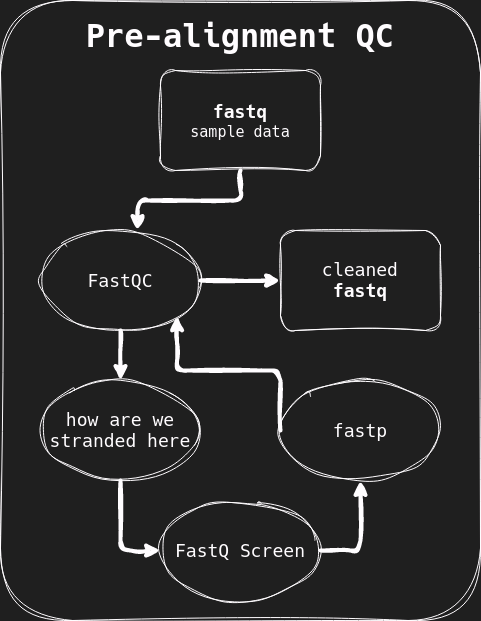
Before: pre_align_qc.png, a diagram exported from draw.io (synanth/draw_io). Source tidied: cells renumbered, new cells last; positions are measured from the earlier drawing's top-left corner, leaving out a move shared by most shapes. Source of this version:
```xml
<mxGraphModel background="#1f1f1f">
  <root>
    <mxCell id="0" />
    <mxCell id="1" parent="0" />
    <mxCell id="2" style="rounded=1;whiteSpace=wrap;html=1;hachureGap=4;fontFamily=hack;fontSource=https%3A%2F%2Ffonts.googleapis.com%2Fcss%3Ffamily%3Dhack;labelPosition=center;verticalLabelPosition=top;align=center;verticalAlign=top;labelBackgroundColor=#1f1f1f;textOpacity=0;sketch=1;curveFitting=1;jiggle=2;fillColor=none;" parent="1" vertex="1">
      <mxGeometry width="480" height="620" as="geometry" />
    </mxCell>
    <mxCell id="3" value="&lt;p style=&quot;line-height: 0%;&quot;&gt;&lt;/p&gt;&lt;h2 style=&quot;line-height: 30%;&quot;&gt;&lt;font face=&quot;hack&quot;&gt;fastq&lt;/font&gt;&lt;/h2&gt;&lt;div style=&quot;line-height: 30%; font-size: 15px;&quot;&gt;sample data&lt;br&gt;&lt;/div&gt;&lt;p&gt;&lt;/p&gt;" style="rounded=1;whiteSpace=wrap;html=1;sketch=1;curveFitting=1;jiggle=2;fillColor=none;" parent="1" vertex="1">
      <mxGeometry x="160" y="70" width="160" height="100" as="geometry" />
    </mxCell>
    <mxCell id="4" style="edgeStyle=orthogonalEdgeStyle;rounded=1;hachureGap=4;jettySize=auto;html=1;exitX=0.5;exitY=1;exitDx=0;exitDy=0;entryX=0.5;entryY=0;entryDx=0;entryDy=0;fontFamily=Architects Daughter;fontSource=https%3A%2F%2Ffonts.googleapis.com%2Fcss%3Ffamily%3DArchitects%2BDaughter;strokeWidth=4;sketch=1;curveFitting=1;jiggle=2;" parent="1" edge="1" source="6" target="13">
      <mxGeometry relative="1" as="geometry" />
    </mxCell>
    <mxCell id="5" style="edgeStyle=orthogonalEdgeStyle;rounded=1;hachureGap=4;jettySize=auto;html=1;fontFamily=Architects Daughter;fontSource=https%3A%2F%2Ffonts.googleapis.com%2Fcss%3Ffamily%3DArchitects%2BDaughter;strokeWidth=4;sketch=1;curveFitting=1;jiggle=2;" parent="1" edge="1" source="6" target="11">
      <mxGeometry relative="1" as="geometry" />
    </mxCell>
    <mxCell id="6" value="&lt;h2&gt;&lt;font face=&quot;hack&quot;&gt;&lt;span style=&quot;font-weight: normal;&quot;&gt;FastQC&lt;/span&gt;&lt;/font&gt;&lt;/h2&gt;" style="ellipse;whiteSpace=wrap;html=1;rounded=1;hachureGap=4;fontFamily=Architects Daughter;fontSource=https%3A%2F%2Ffonts.googleapis.com%2Fcss%3Ffamily%3DArchitects%2BDaughter;sketch=1;curveFitting=1;jiggle=2;fillColor=none;" parent="1" vertex="1">
      <mxGeometry x="40" y="230" width="160" height="100" as="geometry" />
    </mxCell>
    <mxCell id="7" style="edgeStyle=orthogonalEdgeStyle;rounded=1;hachureGap=4;jettySize=auto;html=1;fontFamily=Architects Daughter;fontSource=https%3A%2F%2Ffonts.googleapis.com%2Fcss%3Ffamily%3DArchitects%2BDaughter;entryX=0.5;entryY=1;entryDx=0;entryDy=0;exitX=1;exitY=0.5;exitDx=0;exitDy=0;strokeWidth=4;sketch=1;curveFitting=1;jiggle=2;" parent="1" edge="1" source="8" target="10">
      <mxGeometry relative="1" as="geometry" />
    </mxCell>
    <mxCell id="8" value="&lt;font style=&quot;font-size: 18px;&quot; face=&quot;hack&quot;&gt;FastQ Screen&lt;br&gt;&lt;/font&gt;" style="ellipse;whiteSpace=wrap;html=1;rounded=1;hachureGap=4;fontFamily=Architects Daughter;fontSource=https%3A%2F%2Ffonts.googleapis.com%2Fcss%3Ffamily%3DArchitects%2BDaughter;sketch=1;curveFitting=1;jiggle=2;fillColor=none;" parent="1" vertex="1">
      <mxGeometry x="160" y="500" width="160" height="100" as="geometry" />
    </mxCell>
    <mxCell id="9" style="edgeStyle=orthogonalEdgeStyle;rounded=1;hachureGap=4;jettySize=auto;html=1;exitX=0;exitY=0.5;exitDx=0;exitDy=0;entryX=1;entryY=1;entryDx=0;entryDy=0;fontFamily=Architects Daughter;fontSource=https%3A%2F%2Ffonts.googleapis.com%2Fcss%3Ffamily%3DArchitects%2BDaughter;strokeWidth=4;sketch=1;curveFitting=1;jiggle=2;" parent="1" edge="1" source="10" target="6">
      <mxGeometry relative="1" as="geometry">
        <Array as="points">
          <mxPoint x="280" y="370" />
          <mxPoint x="177" y="370" />
        </Array>
      </mxGeometry>
    </mxCell>
    <mxCell id="10" value="&lt;font style=&quot;font-size: 18px;&quot; face=&quot;hack&quot;&gt;fastp&lt;/font&gt;" style="ellipse;whiteSpace=wrap;html=1;rounded=1;hachureGap=4;fontFamily=Architects Daughter;fontSource=https%3A%2F%2Ffonts.googleapis.com%2Fcss%3Ffamily%3DArchitects%2BDaughter;sketch=1;curveFitting=1;jiggle=2;fillColor=none;" parent="1" vertex="1">
      <mxGeometry x="280" y="380" width="160" height="100" as="geometry" />
    </mxCell>
    <mxCell id="11" value="&lt;div&gt;&lt;font style=&quot;font-size: 18px;&quot;&gt;&lt;font face=&quot;hack&quot;&gt;cleaned&lt;/font&gt;&lt;/font&gt;&lt;/div&gt;&lt;div&gt;&lt;font style=&quot;font-size: 18px;&quot;&gt;&lt;font face=&quot;hack&quot;&gt;&lt;b&gt;fastq&lt;/b&gt;&lt;/font&gt;&lt;/font&gt;&lt;/div&gt;" style="rounded=1;whiteSpace=wrap;html=1;hachureGap=4;fontFamily=Architects Daughter;fontSource=https%3A%2F%2Ffonts.googleapis.com%2Fcss%3Ffamily%3DArchitects%2BDaughter;sketch=1;curveFitting=1;jiggle=2;fillColor=none;" parent="1" vertex="1">
      <mxGeometry x="280" y="230" width="160" height="100" as="geometry" />
    </mxCell>
    <mxCell id="12" style="edgeStyle=orthogonalEdgeStyle;rounded=1;hachureGap=4;jettySize=auto;html=1;entryX=0;entryY=0.5;entryDx=0;entryDy=0;fontFamily=Architects Daughter;fontSource=https%3A%2F%2Ffonts.googleapis.com%2Fcss%3Ffamily%3DArchitects%2BDaughter;strokeWidth=4;sketch=1;curveFitting=1;jiggle=2;" parent="1" edge="1" source="13" target="8">
      <mxGeometry relative="1" as="geometry" />
    </mxCell>
    <mxCell id="13" value="&lt;font style=&quot;font-size: 18px;&quot; face=&quot;hack&quot;&gt;how are we stranded here&lt;/font&gt;" style="ellipse;whiteSpace=wrap;html=1;rounded=1;hachureGap=4;fontFamily=Architects Daughter;fontSource=https%3A%2F%2Ffonts.googleapis.com%2Fcss%3Ffamily%3DArchitects%2BDaughter;sketch=1;curveFitting=1;jiggle=2;fillColor=none;" parent="1" vertex="1">
      <mxGeometry x="40" y="380" width="160" height="100" as="geometry" />
    </mxCell>
    <mxCell id="14" style="edgeStyle=orthogonalEdgeStyle;rounded=1;hachureGap=4;jettySize=auto;html=1;entryX=0.606;entryY=0;entryDx=0;entryDy=0;entryPerimeter=0;fontFamily=Architects Daughter;fontSource=https%3A%2F%2Ffonts.googleapis.com%2Fcss%3Ffamily%3DArchitects%2BDaughter;strokeWidth=4;sketch=1;curveFitting=1;jiggle=2;" parent="1" edge="1" source="3" target="6">
      <mxGeometry relative="1" as="geometry" />
    </mxCell>
    <mxCell id="15" value="&lt;div style=&quot;font-size: 32px;&quot; align=&quot;center&quot;&gt;&lt;font style=&quot;font-size: 32px;&quot;&gt;&lt;b&gt;&lt;font style=&quot;font-size: 32px;&quot; face=&quot;hack&quot;&gt;Pre-alignment QC&lt;/font&gt;&lt;/b&gt;&lt;/font&gt;&lt;/div&gt;" style="text;html=1;whiteSpace=wrap;overflow=hidden;rounded=1;fontFamily=Architects Daughter;fontSource=https%3A%2F%2Ffonts.googleapis.com%2Fcss%3Ffamily%3DArchitects%2BDaughter;align=center;fontColor=#000000;sketch=1;curveFitting=1;jiggle=2;" parent="1" vertex="1">
      <mxGeometry y="10" width="480" height="110" as="geometry" />
    </mxCell>
  </root>
</mxGraphModel>
```
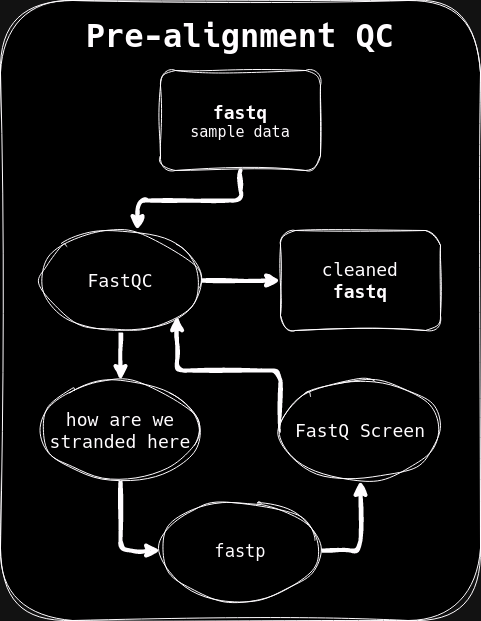
The same diagram one commit later.

What changed in the source:
```diff
@@ -1,29 +1,29 @@
-<mxGraphModel background="#1f1f1f">
+<mxGraphModel>
   <root>
     <mxCell id="0" />
     <mxCell id="1" parent="0" />
-    <mxCell id="2" style="rounded=1;whiteSpace=wrap;html=1;hachureGap=4;fontFamily=hack;fontSource=https%3A%2F%2Ffonts.googleapis.com%2Fcss%3Ffamily%3Dhack;labelPosition=center;verticalLabelPosition=top;align=center;verticalAlign=top;labelBackgroundColor=#1f1f1f;textOpacity=0;sketch=1;curveFitting=1;jiggle=2;fillColor=none;" parent="1" vertex="1">
+    <mxCell id="2" style="rounded=1;whiteSpace=wrap;html=1;sketch=1;hachureGap=4;jiggle=2;curveFitting=1;fontFamily=Architects Daughter;fontSource=https%3A%2F%2Ffonts.googleapis.com%2Fcss%3Ffamily%3DArchitects%2BDaughter;labelPosition=center;verticalLabelPosition=top;align=center;verticalAlign=top;" parent="1" vertex="1">
       <mxGeometry width="480" height="620" as="geometry" />
     </mxCell>
-    <mxCell id="3" value="&lt;p style=&quot;line-height: 0%;&quot;&gt;&lt;/p&gt;&lt;h2 style=&quot;line-height: 30%;&quot;&gt;&lt;font face=&quot;hack&quot;&gt;fastq&lt;/font&gt;&lt;/h2&gt;&lt;div style=&quot;line-height: 30%; font-size: 15px;&quot;&gt;sample data&lt;br&gt;&lt;/div&gt;&lt;p&gt;&lt;/p&gt;" style="rounded=1;whiteSpace=wrap;html=1;sketch=1;curveFitting=1;jiggle=2;fillColor=none;" parent="1" vertex="1">
+    <mxCell id="3" value="&lt;p style=&quot;line-height: 0%;&quot;&gt;&lt;/p&gt;&lt;h2 style=&quot;line-height: 30%;&quot;&gt;&lt;font face=&quot;hack&quot;&gt;fastq&lt;/font&gt;&lt;/h2&gt;&lt;div style=&quot;line-height: 30%; font-size: 15px;&quot;&gt;sample data&lt;br&gt;&lt;/div&gt;&lt;p&gt;&lt;/p&gt;" style="rounded=1;whiteSpace=wrap;html=1;sketch=1;curveFitting=1;jiggle=2;" parent="1" vertex="1">
       <mxGeometry x="160" y="70" width="160" height="100" as="geometry" />
     </mxCell>
-    <mxCell id="4" style="edgeStyle=orthogonalEdgeStyle;rounded=1;hachureGap=4;jettySize=auto;html=1;exitX=0.5;exitY=1;exitDx=0;exitDy=0;entryX=0.5;entryY=0;entryDx=0;entryDy=0;fontFamily=Architects Daughter;fontSource=https%3A%2F%2Ffonts.googleapis.com%2Fcss%3Ffamily%3DArchitects%2BDaughter;strokeWidth=4;sketch=1;curveFitting=1;jiggle=2;" parent="1" edge="1" source="6" target="13">
+    <mxCell id="4" style="edgeStyle=orthogonalEdgeStyle;rounded=1;sketch=1;hachureGap=4;jiggle=2;curveFitting=1;jettySize=auto;html=1;exitX=0.5;exitY=1;exitDx=0;exitDy=0;entryX=0.5;entryY=0;entryDx=0;entryDy=0;fontFamily=Architects Daughter;fontSource=https%3A%2F%2Ffonts.googleapis.com%2Fcss%3Ffamily%3DArchitects%2BDaughter;strokeWidth=4;" parent="1" edge="1" source="6" target="13">
       <mxGeometry relative="1" as="geometry" />
     </mxCell>
-    <mxCell id="5" style="edgeStyle=orthogonalEdgeStyle;rounded=1;hachureGap=4;jettySize=auto;html=1;fontFamily=Architects Daughter;fontSource=https%3A%2F%2Ffonts.googleapis.com%2Fcss%3Ffamily%3DArchitects%2BDaughter;strokeWidth=4;sketch=1;curveFitting=1;jiggle=2;" parent="1" edge="1" source="6" target="11">
+    <mxCell id="5" style="edgeStyle=orthogonalEdgeStyle;rounded=1;sketch=1;hachureGap=4;jiggle=2;curveFitting=1;jettySize=auto;html=1;fontFamily=Architects Daughter;fontSource=https%3A%2F%2Ffonts.googleapis.com%2Fcss%3Ffamily%3DArchitects%2BDaughter;strokeWidth=4;" parent="1" edge="1" source="6" target="11">
       <mxGeometry relative="1" as="geometry" />
     </mxCell>
-    <mxCell id="6" value="&lt;h2&gt;&lt;font face=&quot;hack&quot;&gt;&lt;span style=&quot;font-weight: normal;&quot;&gt;FastQC&lt;/span&gt;&lt;/font&gt;&lt;/h2&gt;" style="ellipse;whiteSpace=wrap;html=1;rounded=1;hachureGap=4;fontFamily=Architects Daughter;fontSource=https%3A%2F%2Ffonts.googleapis.com%2Fcss%3Ffamily%3DArchitects%2BDaughter;sketch=1;curveFitting=1;jiggle=2;fillColor=none;" parent="1" vertex="1">
+    <mxCell id="6" value="&lt;h2&gt;&lt;font face=&quot;hack&quot;&gt;&lt;span style=&quot;font-weight: normal;&quot;&gt;FastQC&lt;/span&gt;&lt;/font&gt;&lt;/h2&gt;" style="ellipse;whiteSpace=wrap;html=1;rounded=1;sketch=1;hachureGap=4;jiggle=2;curveFitting=1;fontFamily=Architects Daughter;fontSource=https%3A%2F%2Ffonts.googleapis.com%2Fcss%3Ffamily%3DArchitects%2BDaughter;" parent="1" vertex="1">
       <mxGeometry x="40" y="230" width="160" height="100" as="geometry" />
     </mxCell>
-    <mxCell id="7" style="edgeStyle=orthogonalEdgeStyle;rounded=1;hachureGap=4;jettySize=auto;html=1;fontFamily=Architects Daughter;fontSource=https%3A%2F%2Ffonts.googleapis.com%2Fcss%3Ffamily%3DArchitects%2BDaughter;entryX=0.5;entryY=1;entryDx=0;entryDy=0;exitX=1;exitY=0.5;exitDx=0;exitDy=0;strokeWidth=4;sketch=1;curveFitting=1;jiggle=2;" parent="1" edge="1" source="8" target="10">
+    <mxCell id="7" style="edgeStyle=orthogonalEdgeStyle;rounded=1;sketch=1;hachureGap=4;jiggle=2;curveFitting=1;jettySize=auto;html=1;fontFamily=Architects Daughter;fontSource=https%3A%2F%2Ffonts.googleapis.com%2Fcss%3Ffamily%3DArchitects%2BDaughter;entryX=0.5;entryY=1;entryDx=0;entryDy=0;exitX=1;exitY=0.5;exitDx=0;exitDy=0;strokeWidth=4;" parent="1" edge="1" source="8" target="10">
       <mxGeometry relative="1" as="geometry" />
     </mxCell>
-    <mxCell id="8" value="&lt;font style=&quot;font-size: 18px;&quot; face=&quot;hack&quot;&gt;FastQ Screen&lt;br&gt;&lt;/font&gt;" style="ellipse;whiteSpace=wrap;html=1;rounded=1;hachureGap=4;fontFamily=Architects Daughter;fontSource=https%3A%2F%2Ffonts.googleapis.com%2Fcss%3Ffamily%3DArchitects%2BDaughter;sketch=1;curveFitting=1;jiggle=2;fillColor=none;" parent="1" vertex="1">
+    <mxCell id="8" value="&lt;font style=&quot;font-size: 17px;&quot; face=&quot;hack&quot;&gt;fastp&lt;/font&gt;" style="ellipse;whiteSpace=wrap;html=1;rounded=1;sketch=1;hachureGap=4;jiggle=2;curveFitting=1;fontFamily=Architects Daughter;fontSource=https%3A%2F%2Ffonts.googleapis.com%2Fcss%3Ffamily%3DArchitects%2BDaughter;" parent="1" vertex="1">
       <mxGeometry x="160" y="500" width="160" height="100" as="geometry" />
     </mxCell>
-    <mxCell id="9" style="edgeStyle=orthogonalEdgeStyle;rounded=1;hachureGap=4;jettySize=auto;html=1;exitX=0;exitY=0.5;exitDx=0;exitDy=0;entryX=1;entryY=1;entryDx=0;entryDy=0;fontFamily=Architects Daughter;fontSource=https%3A%2F%2Ffonts.googleapis.com%2Fcss%3Ffamily%3DArchitects%2BDaughter;strokeWidth=4;sketch=1;curveFitting=1;jiggle=2;" parent="1" edge="1" source="10" target="6">
+    <mxCell id="9" style="edgeStyle=orthogonalEdgeStyle;rounded=1;sketch=1;hachureGap=4;jiggle=2;curveFitting=1;jettySize=auto;html=1;exitX=0;exitY=0.5;exitDx=0;exitDy=0;entryX=1;entryY=1;entryDx=0;entryDy=0;fontFamily=Architects Daughter;fontSource=https%3A%2F%2Ffonts.googleapis.com%2Fcss%3Ffamily%3DArchitects%2BDaughter;strokeWidth=4;" parent="1" edge="1" source="10" target="6">
       <mxGeometry relative="1" as="geometry">
         <Array as="points">
           <mxPoint x="280" y="370" />
@@ -31,22 +31,22 @@
         </Array>
       </mxGeometry>
     </mxCell>
-    <mxCell id="10" value="&lt;font style=&quot;font-size: 18px;&quot; face=&quot;hack&quot;&gt;fastp&lt;/font&gt;" style="ellipse;whiteSpace=wrap;html=1;rounded=1;hachureGap=4;fontFamily=Architects Daughter;fontSource=https%3A%2F%2Ffonts.googleapis.com%2Fcss%3Ffamily%3DArchitects%2BDaughter;sketch=1;curveFitting=1;jiggle=2;fillColor=none;" parent="1" vertex="1">
+    <mxCell id="10" value="&lt;font style=&quot;font-size: 18px;&quot; face=&quot;hack&quot;&gt;FastQ Screen&lt;/font&gt;" style="ellipse;whiteSpace=wrap;html=1;rounded=1;sketch=1;hachureGap=4;jiggle=2;curveFitting=1;fontFamily=Architects Daughter;fontSource=https%3A%2F%2Ffonts.googleapis.com%2Fcss%3Ffamily%3DArchitects%2BDaughter;" parent="1" vertex="1">
       <mxGeometry x="280" y="380" width="160" height="100" as="geometry" />
     </mxCell>
-    <mxCell id="11" value="&lt;div&gt;&lt;font style=&quot;font-size: 18px;&quot;&gt;&lt;font face=&quot;hack&quot;&gt;cleaned&lt;/font&gt;&lt;/font&gt;&lt;/div&gt;&lt;div&gt;&lt;font style=&quot;font-size: 18px;&quot;&gt;&lt;font face=&quot;hack&quot;&gt;&lt;b&gt;fastq&lt;/b&gt;&lt;/font&gt;&lt;/font&gt;&lt;/div&gt;" style="rounded=1;whiteSpace=wrap;html=1;hachureGap=4;fontFamily=Architects Daughter;fontSource=https%3A%2F%2Ffonts.googleapis.com%2Fcss%3Ffamily%3DArchitects%2BDaughter;sketch=1;curveFitting=1;jiggle=2;fillColor=none;" parent="1" vertex="1">
+    <mxCell id="11" value="&lt;div&gt;&lt;font style=&quot;font-size: 18px;&quot;&gt;&lt;font face=&quot;hack&quot;&gt;cleaned&lt;/font&gt;&lt;/font&gt;&lt;/div&gt;&lt;div&gt;&lt;font style=&quot;font-size: 18px;&quot;&gt;&lt;font face=&quot;hack&quot;&gt;&lt;b&gt;fastq&lt;/b&gt;&lt;/font&gt;&lt;/font&gt;&lt;/div&gt;" style="rounded=1;whiteSpace=wrap;html=1;sketch=1;hachureGap=4;jiggle=2;curveFitting=1;fontFamily=Architects Daughter;fontSource=https%3A%2F%2Ffonts.googleapis.com%2Fcss%3Ffamily%3DArchitects%2BDaughter;" parent="1" vertex="1">
       <mxGeometry x="280" y="230" width="160" height="100" as="geometry" />
     </mxCell>
-    <mxCell id="12" style="edgeStyle=orthogonalEdgeStyle;rounded=1;hachureGap=4;jettySize=auto;html=1;entryX=0;entryY=0.5;entryDx=0;entryDy=0;fontFamily=Architects Daughter;fontSource=https%3A%2F%2Ffonts.googleapis.com%2Fcss%3Ffamily%3DArchitects%2BDaughter;strokeWidth=4;sketch=1;curveFitting=1;jiggle=2;" parent="1" edge="1" source="13" target="8">
+    <mxCell id="12" style="edgeStyle=orthogonalEdgeStyle;rounded=1;sketch=1;hachureGap=4;jiggle=2;curveFitting=1;jettySize=auto;html=1;entryX=0;entryY=0.5;entryDx=0;entryDy=0;fontFamily=Architects Daughter;fontSource=https%3A%2F%2Ffonts.googleapis.com%2Fcss%3Ffamily%3DArchitects%2BDaughter;strokeWidth=4;" parent="1" edge="1" source="13" target="8">
       <mxGeometry relative="1" as="geometry" />
     </mxCell>
-    <mxCell id="13" value="&lt;font style=&quot;font-size: 18px;&quot; face=&quot;hack&quot;&gt;how are we stranded here&lt;/font&gt;" style="ellipse;whiteSpace=wrap;html=1;rounded=1;hachureGap=4;fontFamily=Architects Daughter;fontSource=https%3A%2F%2Ffonts.googleapis.com%2Fcss%3Ffamily%3DArchitects%2BDaughter;sketch=1;curveFitting=1;jiggle=2;fillColor=none;" parent="1" vertex="1">
+    <mxCell id="13" value="&lt;font style=&quot;font-size: 18px;&quot; face=&quot;hack&quot;&gt;how are we stranded here&lt;/font&gt;" style="ellipse;whiteSpace=wrap;html=1;rounded=1;sketch=1;hachureGap=4;jiggle=2;curveFitting=1;fontFamily=Architects Daughter;fontSource=https%3A%2F%2Ffonts.googleapis.com%2Fcss%3Ffamily%3DArchitects%2BDaughter;" parent="1" vertex="1">
       <mxGeometry x="40" y="380" width="160" height="100" as="geometry" />
     </mxCell>
-    <mxCell id="14" style="edgeStyle=orthogonalEdgeStyle;rounded=1;hachureGap=4;jettySize=auto;html=1;entryX=0.606;entryY=0;entryDx=0;entryDy=0;entryPerimeter=0;fontFamily=Architects Daughter;fontSource=https%3A%2F%2Ffonts.googleapis.com%2Fcss%3Ffamily%3DArchitects%2BDaughter;strokeWidth=4;sketch=1;curveFitting=1;jiggle=2;" parent="1" edge="1" source="3" target="6">
+    <mxCell id="14" style="edgeStyle=orthogonalEdgeStyle;rounded=1;sketch=1;hachureGap=4;jiggle=2;curveFitting=1;jettySize=auto;html=1;entryX=0.606;entryY=0;entryDx=0;entryDy=0;entryPerimeter=0;fontFamily=Architects Daughter;fontSource=https%3A%2F%2Ffonts.googleapis.com%2Fcss%3Ffamily%3DArchitects%2BDaughter;strokeWidth=4;" parent="1" edge="1" source="3" target="6">
       <mxGeometry relative="1" as="geometry" />
     </mxCell>
-    <mxCell id="15" value="&lt;div style=&quot;font-size: 32px;&quot; align=&quot;center&quot;&gt;&lt;font style=&quot;font-size: 32px;&quot;&gt;&lt;b&gt;&lt;font style=&quot;font-size: 32px;&quot; face=&quot;hack&quot;&gt;Pre-alignment QC&lt;/font&gt;&lt;/b&gt;&lt;/font&gt;&lt;/div&gt;" style="text;html=1;whiteSpace=wrap;overflow=hidden;rounded=1;fontFamily=Architects Daughter;fontSource=https%3A%2F%2Ffonts.googleapis.com%2Fcss%3Ffamily%3DArchitects%2BDaughter;align=center;fontColor=#000000;sketch=1;curveFitting=1;jiggle=2;" parent="1" vertex="1">
+    <mxCell id="15" value="&lt;div style=&quot;font-size: 32px;&quot; align=&quot;center&quot;&gt;&lt;font style=&quot;font-size: 32px;&quot;&gt;&lt;b&gt;&lt;font style=&quot;font-size: 32px;&quot; face=&quot;hack&quot;&gt;Pre-alignment QC&lt;/font&gt;&lt;/b&gt;&lt;/font&gt;&lt;/div&gt;" style="text;html=1;whiteSpace=wrap;overflow=hidden;rounded=0;fontFamily=Architects Daughter;fontSource=https%3A%2F%2Ffonts.googleapis.com%2Fcss%3Ffamily%3DArchitects%2BDaughter;align=center;" parent="1" vertex="1">
       <mxGeometry y="10" width="480" height="110" as="geometry" />
     </mxCell>
   </root>
```
